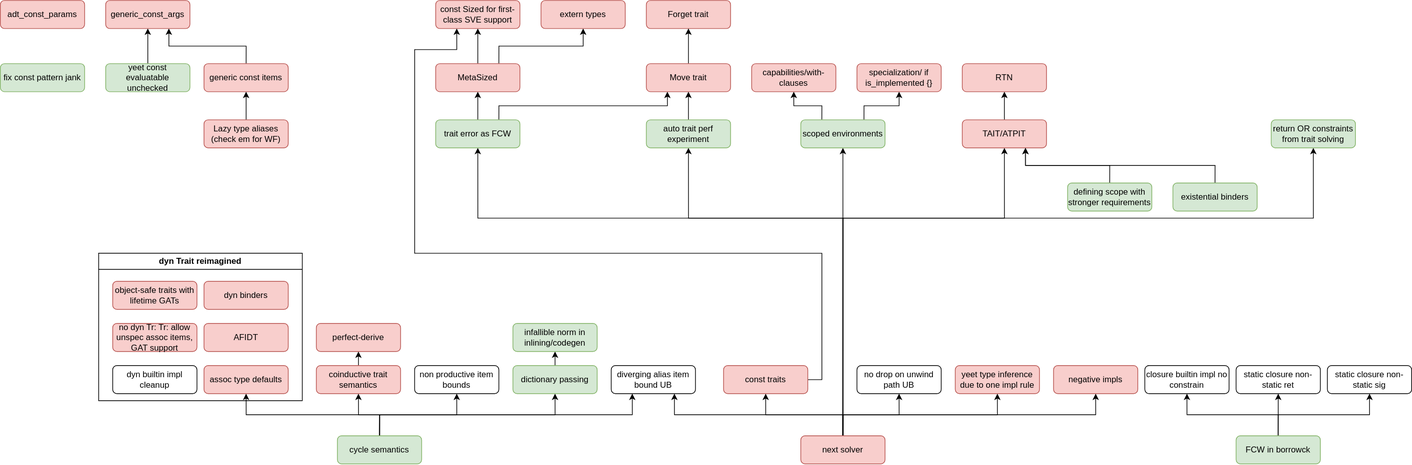
hexcatnl/roadmap keeps this draw.io diagram as roadmap.svg. Above is the earlier version. Source tidied: cells renumbered, new cells last; positions are measured from the earlier drawing's top-left corner, leaving out a move shared by most shapes.
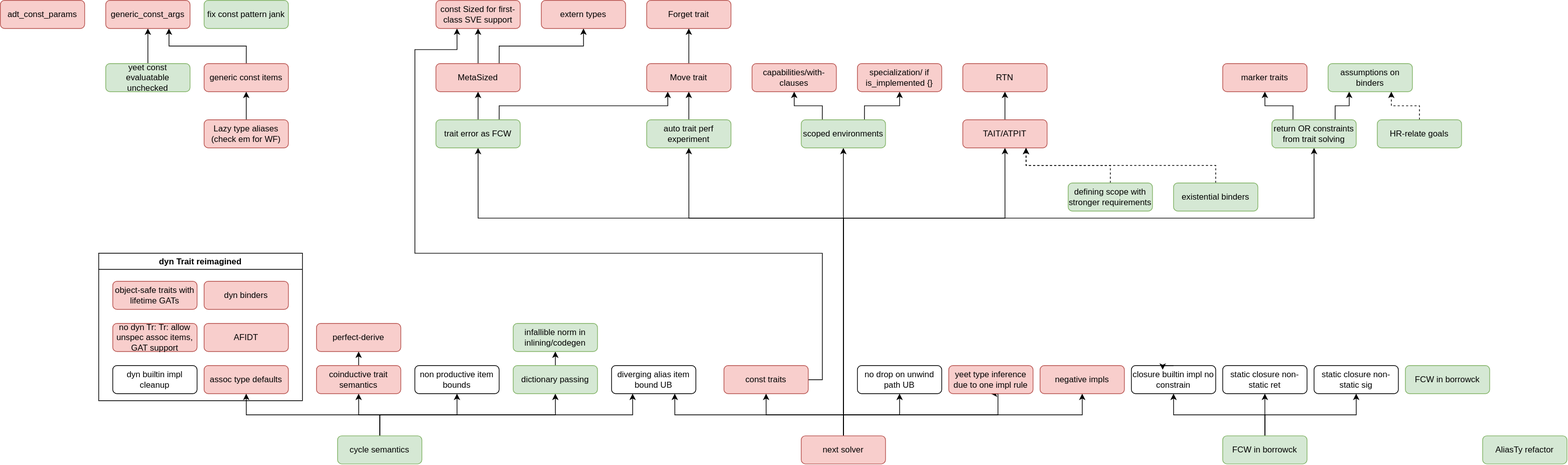
The same diagram one commit later.

Change to the diagram source:
```diff
@@ -205,10 +205,10 @@
       <mxGeometry x="1220" y="520" width="120" height="40" as="geometry" />
     </mxCell>
     <mxCell id="55" value="yeet type inference due to one impl rule" style="rounded=1;whiteSpace=wrap;html=1;fillColor=#f8cecc;strokeColor=#b85450;" parent="1" vertex="1">
-      <mxGeometry x="1360" y="520" width="120" height="40" as="geometry" />
+      <mxGeometry x="1350" y="520" width="120" height="40" as="geometry" />
     </mxCell>
     <mxCell id="56" value="negative impls" style="rounded=1;whiteSpace=wrap;html=1;fillColor=#f8cecc;strokeColor=#b85450;" parent="1" vertex="1">
-      <mxGeometry x="1500" y="520" width="120" height="40" as="geometry" />
+      <mxGeometry x="1480" y="520" width="120" height="40" as="geometry" />
     </mxCell>
     <mxCell id="57" style="edgeStyle=orthogonalEdgeStyle;rounded=0;jettySize=auto;html=1;exitX=0.5;exitY=0;exitDx=0;exitDy=0;entryX=0.5;entryY=1;entryDx=0;entryDy=0;" parent="1" edge="1" source="58" target="59">
       <mxGeometry relative="1" as="geometry" />
@@ -219,13 +219,13 @@
     <mxCell id="59" value="RTN" style="rounded=1;whiteSpace=wrap;html=1;fillColor=#f8cecc;strokeColor=#b85450;" parent="1" vertex="1">
       <mxGeometry x="1370" y="90" width="120" height="40" as="geometry" />
     </mxCell>
-    <mxCell id="60" style="edgeStyle=orthogonalEdgeStyle;rounded=0;jettySize=auto;html=1;exitX=0.5;exitY=0;exitDx=0;exitDy=0;entryX=0.75;entryY=1;entryDx=0;entryDy=0;" parent="1" edge="1" source="61" target="58">
+    <mxCell id="60" style="edgeStyle=orthogonalEdgeStyle;rounded=0;jettySize=auto;html=1;exitX=0.5;exitY=0;exitDx=0;exitDy=0;entryX=0.75;entryY=1;entryDx=0;entryDy=0;dashed=1;" parent="1" edge="1" source="61" target="58">
       <mxGeometry relative="1" as="geometry" />
     </mxCell>
     <mxCell id="61" value="defining scope with stronger requirements" style="rounded=1;whiteSpace=wrap;html=1;fillColor=#d5e8d4;strokeColor=#82b366;" parent="1" vertex="1">
       <mxGeometry x="1520" y="260" width="120" height="40" as="geometry" />
     </mxCell>
-    <mxCell id="62" style="edgeStyle=orthogonalEdgeStyle;rounded=0;jettySize=auto;html=1;exitX=0.5;exitY=0;exitDx=0;exitDy=0;entryX=0.75;entryY=1;entryDx=0;entryDy=0;" parent="1" edge="1" source="63" target="58">
+    <mxCell id="62" style="edgeStyle=orthogonalEdgeStyle;rounded=0;jettySize=auto;html=1;exitX=0.5;exitY=0;exitDx=0;exitDy=0;entryX=0.75;entryY=1;entryDx=0;entryDy=0;dashed=1;" parent="1" edge="1" source="63" target="58">
       <mxGeometry relative="1" as="geometry" />
     </mxCell>
     <mxCell id="63" value="existential binders" style="rounded=1;whiteSpace=wrap;html=1;fillColor=#d5e8d4;strokeColor=#82b366;" parent="1" vertex="1">
@@ -241,17 +241,23 @@
       <mxGeometry relative="1" as="geometry" />
     </mxCell>
     <mxCell id="67" value="FCW in borrowck" style="rounded=1;whiteSpace=wrap;html=1;fillColor=#d5e8d4;strokeColor=#82b366;" parent="1" vertex="1">
-      <mxGeometry x="1760" y="620" width="120" height="40" as="geometry" />
+      <mxGeometry x="1740" y="620" width="120" height="40" as="geometry" />
     </mxCell>
     <mxCell id="68" value="&lt;a href=&quot;https://github.com/rust-lang/rust/issues/141713&quot;&gt;closure builtin impl no constrain&lt;/a&gt;" style="rounded=1;whiteSpace=wrap;html=1;fillColor=light-dark(#FFFFFF,#FF3333);" parent="1" vertex="1">
-      <mxGeometry x="1630" y="520" width="120" height="40" as="geometry" />
+      <mxGeometry x="1610" y="520" width="120" height="40" as="geometry" />
     </mxCell>
     <mxCell id="69" value="&lt;a href=&quot;https://github.com/rust-lang/rust/issues/84366&quot;&gt;static closure non-static ret&lt;/a&gt;" style="rounded=1;whiteSpace=wrap;html=1;fillColor=light-dark(#FFFFFF,#FF3333);" parent="1" vertex="1">
-      <mxGeometry x="1760" y="520" width="120" height="40" as="geometry" />
+      <mxGeometry x="1740" y="520" width="120" height="40" as="geometry" />
     </mxCell>
     <mxCell id="70" value="&lt;a href=&quot;https://github.com/rust-lang/rust/issues/112905&quot;&gt;static closure non-static sig&lt;/a&gt;" style="rounded=1;whiteSpace=wrap;html=1;fillColor=light-dark(#FFFFFF,#FF3333);" parent="1" vertex="1">
-      <mxGeometry x="1890" y="520" width="120" height="40" as="geometry" />
+      <mxGeometry x="1870" y="520" width="120" height="40" as="geometry" />
     </mxCell>
+    <mxCell id="81" style="edgeStyle=orthogonalEdgeStyle;rounded=0;jettySize=auto;html=1;exitX=0.25;exitY=0;exitDx=0;exitDy=0;entryX=0.5;entryY=1;entryDx=0;entryDy=0;" parent="1" edge="1" source="71" target="83">
+      <mxGeometry relative="1" as="geometry" />
+    </mxCell>
+    <mxCell id="82" style="edgeStyle=orthogonalEdgeStyle;rounded=0;jettySize=auto;html=1;exitX=0.75;exitY=0;exitDx=0;exitDy=0;entryX=0.25;entryY=1;entryDx=0;entryDy=0;" parent="1" edge="1" source="71" target="84">
+      <mxGeometry relative="1" as="geometry" />
+    </mxCell>
     <mxCell id="71" value="return OR constraints from trait solving" style="rounded=1;whiteSpace=wrap;html=1;fillColor=#d5e8d4;strokeColor=#82b366;" parent="1" vertex="1">
       <mxGeometry x="1810" y="170" width="120" height="40" as="geometry" />
     </mxCell>
@@ -274,7 +280,7 @@
       <mxGeometry x="150" y="90" width="120" height="40" as="geometry" />
     </mxCell>
     <mxCell id="78" value="fix const pattern jank" style="rounded=1;whiteSpace=wrap;html=1;fillColor=#d5e8d4;strokeColor=#82b366;" parent="1" vertex="1">
-      <mxGeometry y="90" width="120" height="40" as="geometry" />
+      <mxGeometry x="290" width="120" height="40" as="geometry" />
     </mxCell>
     <mxCell id="79" value="generic_const_args" style="rounded=1;whiteSpace=wrap;html=1;fillColor=#f8cecc;strokeColor=#b85450;" parent="1" vertex="1">
       <mxGeometry x="150" width="120" height="40" as="geometry" />
@@ -282,5 +288,26 @@
     <mxCell id="80" value="adt_const_params" style="rounded=1;whiteSpace=wrap;html=1;fillColor=#f8cecc;strokeColor=#b85450;" parent="1" vertex="1">
       <mxGeometry width="120" height="40" as="geometry" />
     </mxCell>
+    <mxCell id="83" value="marker traits" style="rounded=1;whiteSpace=wrap;html=1;fillColor=#f8cecc;strokeColor=#b85450;" parent="1" vertex="1">
+      <mxGeometry x="1740" y="90" width="120" height="40" as="geometry" />
+    </mxCell>
+    <mxCell id="84" value="assumptions on binders" style="rounded=1;whiteSpace=wrap;html=1;fillColor=#d5e8d4;strokeColor=#82b366;" parent="1" vertex="1">
+      <mxGeometry x="1890" y="90" width="120" height="40" as="geometry" />
+    </mxCell>
+    <mxCell id="85" style="edgeStyle=orthogonalEdgeStyle;rounded=0;jettySize=auto;html=1;exitX=0.5;exitY=0;exitDx=0;exitDy=0;entryX=0.75;entryY=1;entryDx=0;entryDy=0;dashed=1;" parent="1" edge="1" source="86" target="84">
+      <mxGeometry relative="1" as="geometry" />
+    </mxCell>
+    <mxCell id="86" value="HR-relate goals" style="rounded=1;whiteSpace=wrap;html=1;fillColor=#d5e8d4;strokeColor=#82b366;" parent="1" vertex="1">
+      <mxGeometry x="1960" y="170" width="120" height="40" as="geometry" />
+    </mxCell>
+    <mxCell id="87" value="AliasTy refactor" style="rounded=1;whiteSpace=wrap;html=1;fillColor=#d5e8d4;strokeColor=#82b366;" parent="1" vertex="1">
+      <mxGeometry x="2110" y="620" width="120" height="40" as="geometry" />
+    </mxCell>
+    <mxCell id="88" value="FCW in borrowck" style="rounded=1;whiteSpace=wrap;html=1;fillColor=#d5e8d4;strokeColor=#82b366;" parent="1" vertex="1">
+      <mxGeometry x="2000" y="520" width="120" height="40" as="geometry" />
+    </mxCell>
+    <mxCell id="89" style="edgeStyle=orthogonalEdgeStyle;rounded=0;orthogonalLoop=1;jettySize=auto;html=1;exitX=0.5;exitY=0;exitDx=0;exitDy=0;entryX=0.371;entryY=0.148;entryDx=0;entryDy=0;entryPerimeter=0;" parent="1" edge="1" source="68" target="68">
+      <mxGeometry relative="1" as="geometry" />
+    </mxCell>
   </root>
 </mxGraphModel>
```
